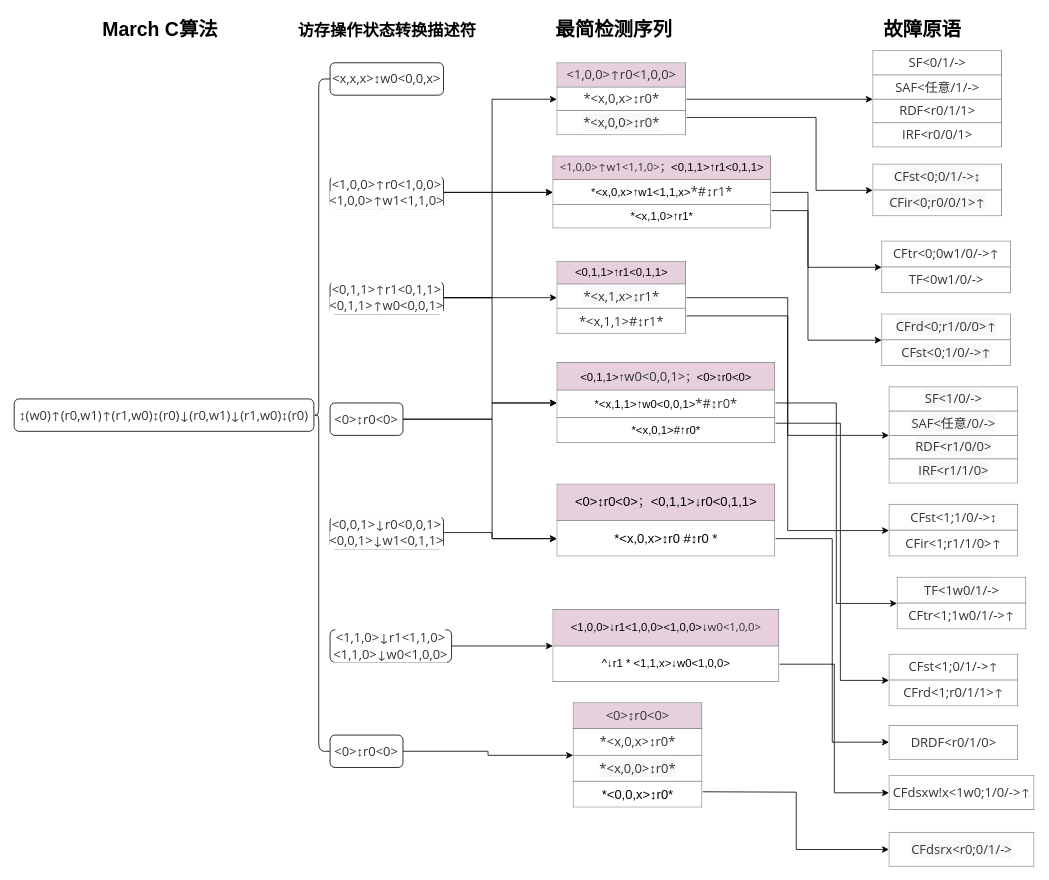
This is doc/march c检测故障.drawio from shanshan-lu/homwork, a draw.io file, before an edit. Source tidied: cells renumbered, new cells numbered last; positions are measured from the earlier drawing's top-left corner, leaving out a move shared by most shapes. Both pictures are drawn from the tidied source at 81%, with x=0, y=0 at pixel (14, 14).
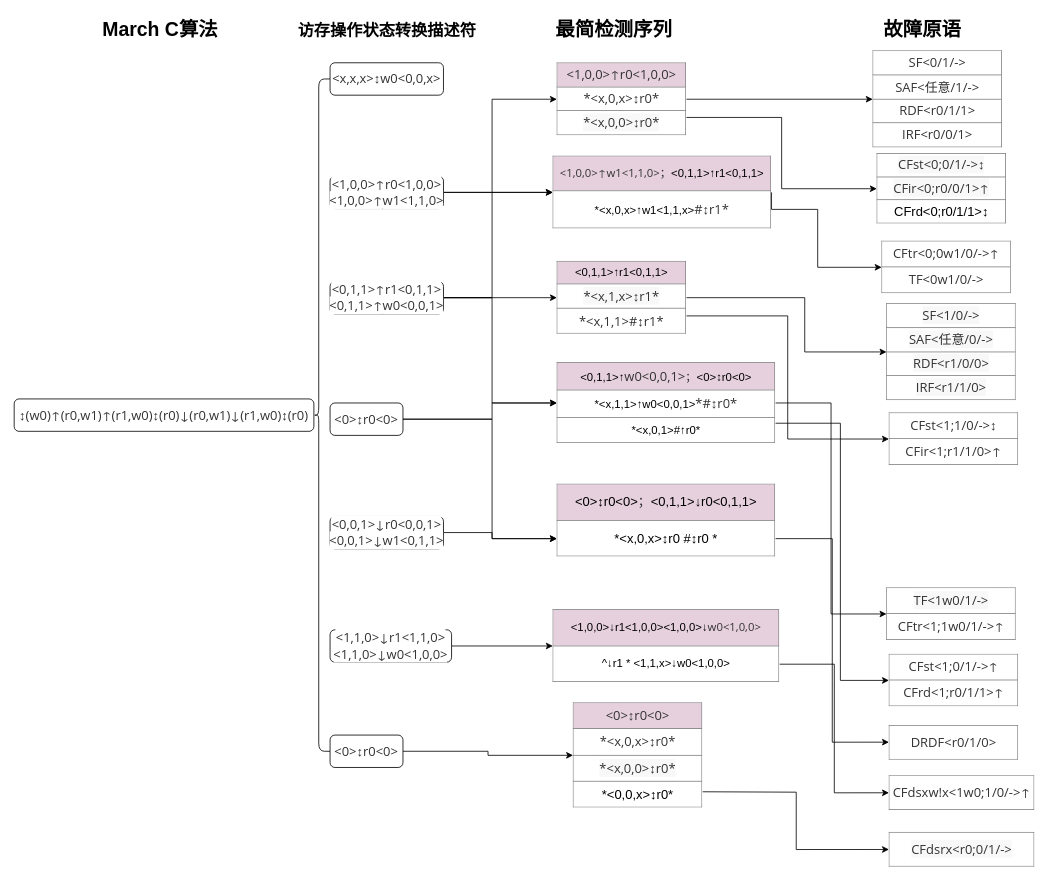
The same diagram, later.

Commit message:
更新march c检测故障.drawio

Unchanged cells that the change refers to:
```xml
<mxCell id="4" value="&lt;table border=&quot;1&quot; width=&quot;100%&quot; height=&quot;100%&quot; cellpadding=&quot;4&quot; style=&quot;width:100%;height:100%;border-collapse:collapse;&quot;&gt;&lt;tbody&gt;&lt;tr&gt;&lt;th style=&quot;background-color: rgb(230, 208, 222);&quot; align=&quot;center&quot;&gt;&lt;span style=&quot;color: rgb(51, 51, 51); font-family: &amp;quot;Open Sans&amp;quot;, &amp;quot;Clear Sans&amp;quot;, &amp;quot;Helvetica Neue&amp;quot;, Helvetica, Arial, sans-serif; font-size: 16px; font-weight: 400; orphans: 4; text-align: left;&quot;&gt;&amp;lt;1,0,0&amp;gt;↑r0&amp;lt;1,0,0&amp;gt;&lt;/span&gt;&lt;br&gt;&lt;/th&gt;&lt;/tr&gt;&lt;tr&gt;&lt;td align=&quot;center&quot;&gt;&lt;span style=&quot;box-sizing: border-box; color: rgb(51, 51, 51); font-family: &amp;quot;Open Sans&amp;quot;, &amp;quot;Clear Sans&amp;quot;, &amp;quot;Helvetica Neue&amp;quot;, Helvetica, Arial, sans-serif; font-size: 16px; text-align: left; background-color: rgb(255, 255, 255);&quot; class=&quot;md-expand&quot;&gt;*&lt;/span&gt;&lt;span style=&quot;box-sizing: border-box; color: rgb(51, 51, 51); font-family: &amp;quot;Open Sans&amp;quot;, &amp;quot;Clear Sans&amp;quot;, &amp;quot;Helvetica Neue&amp;quot;, Helvetica, Arial, sans-serif; font-size: 16px; text-align: left; background-color: rgb(255, 255, 255);&quot; class=&quot;md-plain md-expand&quot;&gt;&amp;lt;x,0,x&amp;gt;↕r0*&lt;/span&gt;&lt;br&gt;&lt;/td&gt;&lt;/tr&gt;&lt;tr&gt;&lt;td align=&quot;center&quot;&gt;&lt;span style=&quot;box-sizing: border-box; color: rgb(51, 51, 51); font-family: &amp;quot;Open Sans&amp;quot;, &amp;quot;Clear Sans&amp;quot;, &amp;quot;Helvetica Neue&amp;quot;, Helvetica, Arial, sans-serif; font-size: 16px; text-align: left; background-color: rgb(248, 248, 248);&quot; class=&quot;md-plain md-expand&quot;&gt;*&amp;lt;x,0,0&amp;gt;↕r0&lt;/span&gt;&lt;span style=&quot;box-sizing: border-box; color: rgb(51, 51, 51); font-family: &amp;quot;Open Sans&amp;quot;, &amp;quot;Clear Sans&amp;quot;, &amp;quot;Helvetica Neue&amp;quot;, Helvetica, Arial, sans-serif; font-size: 16px; text-align: left; background-color: rgb(248, 248, 248);&quot; class=&quot;md-expand&quot;&gt;*&lt;/span&gt;&lt;br&gt;&lt;/td&gt;&lt;/tr&gt;&lt;/tbody&gt;&lt;/table&gt;" style="text;html=1;strokeColor=none;fillColor=none;overflow=fill;rounded=1;glass=0;" parent="1" vertex="1">
  <mxGeometry x="670" y="60" width="160" height="90" as="geometry" />
</mxCell>
<mxCell id="10" value="&lt;table border=&quot;1&quot; width=&quot;100%&quot; height=&quot;100%&quot; cellpadding=&quot;4&quot; style=&quot;width:100%;height:100%;border-collapse:collapse;&quot;&gt;&lt;tbody&gt;&lt;tr&gt;&lt;th style=&quot;background-color: rgb(230, 208, 222);&quot; align=&quot;center&quot;&gt;&lt;span style=&quot;font-weight: normal;&quot;&gt;&lt;font style=&quot;font-size: 14px;&quot;&gt;&amp;lt;0,1,1&amp;gt;↑r1&amp;lt;0,1,1&amp;gt;&lt;/font&gt;&lt;/span&gt;&lt;br&gt;&lt;/th&gt;&lt;/tr&gt;&lt;tr&gt;&lt;td align=&quot;center&quot;&gt;&lt;span style=&quot;box-sizing: border-box; color: rgb(51, 51, 51); font-family: &amp;quot;Open Sans&amp;quot;, &amp;quot;Clear Sans&amp;quot;, &amp;quot;Helvetica Neue&amp;quot;, Helvetica, Arial, sans-serif; font-size: 16px; text-align: left; background-color: rgb(248, 248, 248);&quot; class=&quot;md-plain md-expand&quot;&gt;*&amp;lt;x,1,x&amp;gt;↕r1&lt;/span&gt;&lt;span style=&quot;box-sizing: border-box; color: rgb(51, 51, 51); font-family: &amp;quot;Open Sans&amp;quot;, &amp;quot;Clear Sans&amp;quot;, &amp;quot;Helvetica Neue&amp;quot;, Helvetica, Arial, sans-serif; font-size: 16px; text-align: left; background-color: rgb(248, 248, 248);&quot; class=&quot;md-expand&quot;&gt;*&lt;/span&gt;&lt;br&gt;&lt;/td&gt;&lt;/tr&gt;&lt;tr&gt;&lt;td align=&quot;center&quot;&gt;&lt;span style=&quot;box-sizing: border-box; color: rgb(51, 51, 51); font-family: &amp;quot;Open Sans&amp;quot;, &amp;quot;Clear Sans&amp;quot;, &amp;quot;Helvetica Neue&amp;quot;, Helvetica, Arial, sans-serif; font-size: 16px; text-align: left; background-color: rgb(255, 255, 255);&quot; class=&quot;md-plain md-expand&quot;&gt;*&amp;lt;x,1,1&amp;gt;#↕r1&lt;/span&gt;&lt;span style=&quot;box-sizing: border-box; color: rgb(51, 51, 51); font-family: &amp;quot;Open Sans&amp;quot;, &amp;quot;Clear Sans&amp;quot;, &amp;quot;Helvetica Neue&amp;quot;, Helvetica, Arial, sans-serif; font-size: 16px; text-align: left; background-color: rgb(255, 255, 255);&quot; class=&quot;md-expand&quot;&gt;*&lt;/span&gt;&lt;br&gt;&lt;/td&gt;&lt;/tr&gt;&lt;/tbody&gt;&lt;/table&gt;" style="text;html=1;strokeColor=none;fillColor=none;overflow=fill;rounded=1;glass=0;" parent="1" vertex="1">
  <mxGeometry x="670" y="305" width="160" height="90" as="geometry" />
</mxCell>
<mxCell id="44" value="&lt;table border=&quot;1&quot; width=&quot;100%&quot; height=&quot;100%&quot; cellpadding=&quot;4&quot; style=&quot;width: 100%; height: 100%; border-collapse: collapse; background-color: rgb(255, 255, 255);&quot;&gt;&lt;tbody&gt;&lt;tr&gt;&lt;th style=&quot;text-align: center;&quot;&gt;&lt;font face=&quot;Open Sans, Clear Sans, Helvetica Neue, Helvetica, Arial, sans-serif&quot; color=&quot;#333333&quot;&gt;&lt;span style=&quot;font-size: 16px; font-weight: 400;&quot;&gt;CFtr&amp;lt;0;0w1/0/-&amp;gt;↑&lt;/span&gt;&lt;/font&gt;&lt;br&gt;&lt;/th&gt;&lt;/tr&gt;&lt;tr&gt;&lt;td style=&quot;&quot; align=&quot;center&quot;&gt;&lt;span style=&quot;color: rgb(51, 51, 51); font-family: &amp;quot;Open Sans&amp;quot;, &amp;quot;Clear Sans&amp;quot;, &amp;quot;Helvetica Neue&amp;quot;, Helvetica, Arial, sans-serif; font-size: 16px; text-align: left;&quot;&gt;TF&amp;lt;0w1/0/-&amp;gt;&lt;/span&gt;&lt;br&gt;&lt;/td&gt;&lt;/tr&gt;&lt;/tbody&gt;&lt;/table&gt;" style="text;html=1;overflow=fill;rounded=1;glass=0;labelBackgroundColor=#E6D0DE;fontSize=14;" parent="1" vertex="1">
  <mxGeometry x="1071" y="280" width="160" height="65" as="geometry" />
</mxCell>
```

What changed in the source:
```diff
@@
-    <mxCell id="3" style="edgeStyle=orthogonalEdgeStyle;rounded=0;jettySize=auto;html=1;exitX=1;exitY=0.75;exitDx=0;exitDy=0;entryX=0;entryY=0.5;entryDx=0;entryDy=0;fontSize=20;fontColor=#000000;" parent="1" edge="1" source="4" target="43">
-      <mxGeometry relative="1" as="geometry">
-        <Array as="points">
-          <mxPoint x="990" y="128" />
-          <mxPoint x="990" y="218" />
-        </Array>
-      </mxGeometry>
+    <mxCell id="3" style="edgeStyle=orthogonalEdgeStyle;rounded=0;jettySize=auto;html=1;exitX=1;exitY=0.75;exitDx=0;exitDy=0;entryX=0;entryY=0.5;entryDx=0;entryDy=0;fontSize=16;" parent="1" edge="1" source="4" target="43">
+      <mxGeometry relative="1" as="geometry" />
     </mxCell>
@@
     <mxCell id="5" style="edgeStyle=orthogonalEdgeStyle;rounded=0;jettySize=auto;html=1;exitX=1;exitY=0.5;exitDx=0;exitDy=0;entryX=0;entryY=0.5;entryDx=0;entryDy=0;fontSize=20;fontColor=#000000;" parent="1" edge="1" source="7" target="44">
       <mxGeometry relative="1" as="geometry">
         <Array as="points">
-          <mxPoint x="980" y="220" />
-          <mxPoint x="980" y="313" />
+          <mxPoint x="935" y="241" />
+          <mxPoint x="992" y="241" />
+          <mxPoint x="992" y="313" />
         </Array>
       </mxGeometry>
     </mxCell>
-    <mxCell id="6" style="edgeStyle=orthogonalEdgeStyle;rounded=0;jettySize=auto;html=1;exitX=1;exitY=0.75;exitDx=0;exitDy=0;entryX=0;entryY=0.5;entryDx=0;entryDy=0;fontSize=20;fontColor=#000000;" parent="1" edge="1" source="7" target="45">
-      <mxGeometry relative="1" as="geometry">
-        <Array as="points">
-          <mxPoint x="980" y="243" />
-          <mxPoint x="980" y="403" />
-        </Array>
-      </mxGeometry>
-    </mxCell>
-    <mxCell id="7" value="&lt;table border=&quot;1&quot; width=&quot;100%&quot; height=&quot;100%&quot; cellpadding=&quot;4&quot; style=&quot;width: 100%; height: 100%; border-collapse: collapse; font-size: 14px;&quot;&gt;&lt;tbody&gt;&lt;tr&gt;&lt;th style=&quot;background-color: rgb(230, 208, 222);&quot; align=&quot;center&quot;&gt;&lt;font style=&quot;font-size: 14px;&quot;&gt;&lt;span style=&quot;font-weight: 400; color: rgb(51, 51, 51); font-family: &amp;quot;Open Sans&amp;quot;, &amp;quot;Clear Sans&amp;quot;, &amp;quot;Helvetica Neue&amp;quot;, Helvetica, Arial, sans-serif; orphans: 4; text-align: left;&quot;&gt;&amp;lt;1,0,0&amp;gt;↑&lt;/span&gt;&lt;span style=&quot;font-weight: 400; color: rgb(51, 51, 51); font-family: &amp;quot;Open Sans&amp;quot;, &amp;quot;Clear Sans&amp;quot;, &amp;quot;Helvetica Neue&amp;quot;, Helvetica, Arial, sans-serif; orphans: 4; text-align: left;&quot;&gt;w1&amp;lt;1,1,0&amp;gt;；&lt;/span&gt;&lt;span style=&quot;font-weight: normal;&quot;&gt;&amp;lt;0,1,1&amp;gt;↑r1&amp;lt;0,1,1&amp;gt;&lt;/span&gt;&lt;/font&gt;&lt;br&gt;&lt;/th&gt;&lt;/tr&gt;&lt;tr&gt;&lt;td align=&quot;center&quot;&gt;*&amp;lt;x,0,x&amp;gt;↑w1&amp;lt;1,1,x&amp;gt;&lt;span style=&quot;box-sizing: border-box; color: rgb(51, 51, 51); font-family: &amp;quot;Open Sans&amp;quot;, &amp;quot;Clear Sans&amp;quot;, &amp;quot;Helvetica Neue&amp;quot;, Helvetica, Arial, sans-serif; font-size: 16px; text-align: left; background-color: rgb(255, 255, 255);&quot;&gt;*&lt;/span&gt;&lt;span style=&quot;box-sizing: border-box; color: rgb(51, 51, 51); font-family: &amp;quot;Open Sans&amp;quot;, &amp;quot;Clear Sans&amp;quot;, &amp;quot;Helvetica Neue&amp;quot;, Helvetica, Arial, sans-serif; font-size: 16px; text-align: left; background-color: rgb(255, 255, 255);&quot; class=&quot;md-plain&quot;&gt;#↕r1&lt;/span&gt;&lt;span style=&quot;box-sizing: border-box; color: rgb(51, 51, 51); font-family: &amp;quot;Open Sans&amp;quot;, &amp;quot;Clear Sans&amp;quot;, &amp;quot;Helvetica Neue&amp;quot;, Helvetica, Arial, sans-serif; font-size: 16px; text-align: left; background-color: rgb(255, 255, 255);&quot; class=&quot;&quot;&gt;*&lt;/span&gt;&lt;b&gt;&lt;br&gt;&lt;/b&gt;&lt;/td&gt;&lt;/tr&gt;&lt;tr&gt;&lt;td style=&quot;text-align: center;&quot;&gt;*&amp;lt;x,1,0&amp;gt;↑r1*&lt;br&gt;&lt;/td&gt;&lt;/tr&gt;&lt;/tbody&gt;&lt;/table&gt;" style="text;html=1;strokeColor=none;fillColor=none;overflow=fill;rounded=1;glass=0;arcSize=27;" parent="1" vertex="1">
+    <mxCell id="7" value="&lt;table border=&quot;1&quot; width=&quot;100%&quot; height=&quot;100%&quot; cellpadding=&quot;4&quot; style=&quot;width: 100%; height: 100%; border-collapse: collapse; font-size: 14px;&quot;&gt;&lt;tbody&gt;&lt;tr&gt;&lt;th style=&quot;background-color: rgb(230, 208, 222);&quot; align=&quot;center&quot;&gt;&lt;font style=&quot;font-size: 14px;&quot;&gt;&lt;span style=&quot;font-weight: 400; color: rgb(51, 51, 51); font-family: &amp;quot;Open Sans&amp;quot;, &amp;quot;Clear Sans&amp;quot;, &amp;quot;Helvetica Neue&amp;quot;, Helvetica, Arial, sans-serif; orphans: 4; text-align: left;&quot;&gt;&amp;lt;1,0,0&amp;gt;↑&lt;/span&gt;&lt;span style=&quot;font-weight: 400; color: rgb(51, 51, 51); font-family: &amp;quot;Open Sans&amp;quot;, &amp;quot;Clear Sans&amp;quot;, &amp;quot;Helvetica Neue&amp;quot;, Helvetica, Arial, sans-serif; orphans: 4; text-align: left;&quot;&gt;w1&amp;lt;1,1,0&amp;gt;；&lt;/span&gt;&lt;span style=&quot;font-weight: normal;&quot;&gt;&amp;lt;0,1,1&amp;gt;↑r1&amp;lt;0,1,1&amp;gt;&lt;/span&gt;&lt;/font&gt;&lt;br&gt;&lt;/th&gt;&lt;/tr&gt;&lt;tr&gt;&lt;td align=&quot;center&quot;&gt;*&amp;lt;x,0,x&amp;gt;↑w1&amp;lt;1,1,x&amp;gt;&lt;span style=&quot;box-sizing: border-box; color: rgb(51, 51, 51); font-family: &amp;quot;Open Sans&amp;quot;, &amp;quot;Clear Sans&amp;quot;, &amp;quot;Helvetica Neue&amp;quot;, Helvetica, Arial, sans-serif; font-size: 16px; text-align: left; background-color: rgb(255, 255, 255);&quot; class=&quot;md-plain&quot;&gt;#↕r1&lt;/span&gt;&lt;span style=&quot;box-sizing: border-box; color: rgb(51, 51, 51); font-family: &amp;quot;Open Sans&amp;quot;, &amp;quot;Clear Sans&amp;quot;, &amp;quot;Helvetica Neue&amp;quot;, Helvetica, Arial, sans-serif; font-size: 16px; text-align: left; background-color: rgb(255, 255, 255);&quot; class=&quot;&quot;&gt;*&lt;/span&gt;&lt;b&gt;&lt;br&gt;&lt;/b&gt;&lt;/td&gt;&lt;/tr&gt;&lt;/tbody&gt;&lt;/table&gt;" style="text;html=1;strokeColor=none;fillColor=none;overflow=fill;rounded=1;glass=0;arcSize=27;" parent="1" vertex="1">
       <mxGeometry x="665" y="175" width="270" height="90" as="geometry" />
     </mxCell>
+    <mxCell id="9" style="edgeStyle=orthogonalEdgeStyle;rounded=0;jettySize=auto;html=1;exitX=1;exitY=0.75;exitDx=0;exitDy=0;entryX=0;entryY=0.5;entryDx=0;entryDy=0;fontSize=20;fontColor=#000000;" parent="1" edge="1" source="10" target="47">
+      <mxGeometry relative="1" as="geometry" />
+    </mxCell>
-    <mxCell id="8" style="edgeStyle=orthogonalEdgeStyle;rounded=0;jettySize=auto;html=1;exitX=1;exitY=0.5;exitDx=0;exitDy=0;entryX=0;entryY=0.5;entryDx=0;entryDy=0;fontSize=20;fontColor=#000000;" parent="1" edge="1" source="10" target="46">
-      <mxGeometry relative="1" as="geometry" />
+    <mxCell id="8" style="edgeStyle=orthogonalEdgeStyle;rounded=0;jettySize=auto;html=1;exitX=1;exitY=0.5;exitDx=0;exitDy=0;entryX=0;entryY=0.5;entryDx=0;entryDy=0;fontSize=16;" parent="1" edge="1" source="10" target="46">
+      <mxGeometry relative="1" as="geometry">
+        <Array as="points">
+          <mxPoint x="976" y="350" />
+          <mxPoint x="976" y="417" />
+        </Array>
+      </mxGeometry>
     </mxCell>
-    <mxCell id="9" style="edgeStyle=orthogonalEdgeStyle;rounded=0;jettySize=auto;html=1;exitX=1;exitY=0.75;exitDx=0;exitDy=0;entryX=0;entryY=0.5;entryDx=0;entryDy=0;fontSize=20;fontColor=#000000;" parent="1" edge="1" source="10" target="47">
-      <mxGeometry relative="1" as="geometry" />
-    </mxCell>
@@
-    <mxCell id="43" value="&lt;table border=&quot;1&quot; width=&quot;100%&quot; height=&quot;100%&quot; cellpadding=&quot;4&quot; style=&quot;width: 100%; height: 100%; border-collapse: collapse; background-color: rgb(255, 255, 255);&quot;&gt;&lt;tbody&gt;&lt;tr&gt;&lt;th style=&quot;&quot; align=&quot;center&quot;&gt;&lt;span style=&quot;color: rgb(51, 51, 51); font-family: &amp;quot;Open Sans&amp;quot;, &amp;quot;Clear Sans&amp;quot;, &amp;quot;Helvetica Neue&amp;quot;, Helvetica, Arial, sans-serif; font-size: 16px; font-weight: 400; text-align: left; background-color: rgb(248, 248, 248);&quot;&gt;CFst&amp;lt;0;0/1/-&amp;gt;↕&lt;/span&gt;&lt;br&gt;&lt;/th&gt;&lt;/tr&gt;&lt;tr&gt;&lt;td style=&quot;&quot; align=&quot;center&quot;&gt;&lt;span style=&quot;color: rgb(51, 51, 51); font-family: &amp;quot;Open Sans&amp;quot;, &amp;quot;Clear Sans&amp;quot;, &amp;quot;Helvetica Neue&amp;quot;, Helvetica, Arial, sans-serif; font-size: 16px; text-align: left; background-color: rgb(248, 248, 248);&quot;&gt;CFir&amp;lt;0;r0/0/1&amp;gt;↑&lt;/span&gt;&lt;br&gt;&lt;/td&gt;&lt;/tr&gt;&lt;/tbody&gt;&lt;/table&gt;" style="text;html=1;overflow=fill;rounded=1;glass=0;labelBackgroundColor=#E6D0DE;fontSize=14;" parent="1" vertex="1">
-      <mxGeometry x="1060" y="185" width="160" height="65" as="geometry" />
+    <mxCell id="43" value="&lt;table border=&quot;1&quot; width=&quot;100%&quot; height=&quot;100%&quot; cellpadding=&quot;4&quot; style=&quot;width: 100%; height: 100%; border-collapse: collapse; background-color: rgb(255, 255, 255);&quot;&gt;&lt;tbody&gt;&lt;tr&gt;&lt;th style=&quot;&quot; align=&quot;center&quot;&gt;&lt;span style=&quot;color: rgb(51, 51, 51); font-family: &amp;quot;Open Sans&amp;quot;, &amp;quot;Clear Sans&amp;quot;, &amp;quot;Helvetica Neue&amp;quot;, Helvetica, Arial, sans-serif; font-size: 16px; font-weight: 400; text-align: left; background-color: rgb(248, 248, 248);&quot;&gt;CFst&amp;lt;0;0/1/-&amp;gt;↕&lt;/span&gt;&lt;br&gt;&lt;/th&gt;&lt;/tr&gt;&lt;tr&gt;&lt;td style=&quot;&quot; align=&quot;center&quot;&gt;&lt;span style=&quot;color: rgb(51, 51, 51); font-family: &amp;quot;Open Sans&amp;quot;, &amp;quot;Clear Sans&amp;quot;, &amp;quot;Helvetica Neue&amp;quot;, Helvetica, Arial, sans-serif; font-size: 16px; text-align: left; background-color: rgb(248, 248, 248);&quot;&gt;CFir&amp;lt;0;r0/0/1&amp;gt;↑&lt;/span&gt;&lt;br&gt;&lt;/td&gt;&lt;/tr&gt;&lt;tr&gt;&lt;td style=&quot;text-align: center;&quot;&gt;&lt;font style=&quot;font-size: 16px;&quot;&gt;CFrd&amp;lt;0;r0/1/1&amp;gt;↕&lt;/font&gt;&lt;/td&gt;&lt;/tr&gt;&lt;/tbody&gt;&lt;/table&gt;" style="text;html=1;overflow=fill;rounded=1;glass=0;labelBackgroundColor=#E6D0DE;fontSize=14;" parent="1" vertex="1">
+      <mxGeometry x="1065" y="172" width="160" height="87" as="geometry" />
     </mxCell>
@@
-    <mxCell id="45" value="&lt;table border=&quot;1&quot; width=&quot;100%&quot; height=&quot;100%&quot; cellpadding=&quot;4&quot; style=&quot;width: 100%; height: 100%; border-collapse: collapse; background-color: rgb(255, 255, 255);&quot;&gt;&lt;tbody&gt;&lt;tr&gt;&lt;th style=&quot;text-align: center;&quot;&gt;&lt;span style=&quot;color: rgb(51, 51, 51); font-family: &amp;quot;Open Sans&amp;quot;, &amp;quot;Clear Sans&amp;quot;, &amp;quot;Helvetica Neue&amp;quot;, Helvetica, Arial, sans-serif; font-size: 16px; font-weight: 400; text-align: left; background-color: rgb(248, 248, 248);&quot;&gt;CFrd&amp;lt;0;r1/0/0&amp;gt;↑&lt;/span&gt;&lt;br&gt;&lt;/th&gt;&lt;/tr&gt;&lt;tr&gt;&lt;td style=&quot;&quot; align=&quot;center&quot;&gt;&lt;span style=&quot;color: rgb(51, 51, 51); font-family: &amp;quot;Open Sans&amp;quot;, &amp;quot;Clear Sans&amp;quot;, &amp;quot;Helvetica Neue&amp;quot;, Helvetica, Arial, sans-serif; font-size: 16px; text-align: left; background-color: rgb(248, 248, 248);&quot;&gt;CFst&amp;lt;0;1/0/-&amp;gt;↑&lt;/span&gt;&lt;br&gt;&lt;/td&gt;&lt;/tr&gt;&lt;/tbody&gt;&lt;/table&gt;" style="text;html=1;overflow=fill;rounded=1;glass=0;labelBackgroundColor=#E6D0DE;fontSize=14;" parent="1" vertex="1">
-      <mxGeometry x="1071" y="370" width="160" height="65" as="geometry" />
-    </mxCell>
     <mxCell id="46" value="&lt;table border=&quot;1&quot; width=&quot;100%&quot; height=&quot;100%&quot; cellpadding=&quot;4&quot; style=&quot;width: 100%; height: 100%; border-collapse: collapse; background-color: rgb(255, 255, 255);&quot;&gt;&lt;tbody&gt;&lt;tr&gt;&lt;th style=&quot;&quot; align=&quot;center&quot;&gt;&lt;span style=&quot;color: rgb(51, 51, 51); font-family: &amp;quot;Open Sans&amp;quot;, &amp;quot;Clear Sans&amp;quot;, &amp;quot;Helvetica Neue&amp;quot;, Helvetica, Arial, sans-serif; font-size: 16px; font-weight: 400; text-align: left; background-color: rgb(248, 248, 248);&quot;&gt;SF&amp;lt;1/0/-&amp;gt;&lt;/span&gt;&lt;br&gt;&lt;/th&gt;&lt;/tr&gt;&lt;tr&gt;&lt;td style=&quot;&quot; align=&quot;center&quot;&gt;&lt;span style=&quot;color: rgb(51, 51, 51); font-family: &amp;quot;Open Sans&amp;quot;, &amp;quot;Clear Sans&amp;quot;, &amp;quot;Helvetica Neue&amp;quot;, Helvetica, Arial, sans-serif; font-size: 16px; text-align: left; background-color: rgb(248, 248, 248);&quot;&gt;SAF&amp;lt;任意/0/-&amp;gt;&lt;/span&gt;&lt;br&gt;&lt;/td&gt;&lt;/tr&gt;&lt;tr&gt;&lt;td style=&quot;&quot; align=&quot;center&quot;&gt;&lt;span style=&quot;color: rgb(51, 51, 51); font-family: &amp;quot;Open Sans&amp;quot;, &amp;quot;Clear Sans&amp;quot;, &amp;quot;Helvetica Neue&amp;quot;, Helvetica, Arial, sans-serif; font-size: 16px; text-align: left; background-color: rgb(248, 248, 248);&quot;&gt;RDF&amp;lt;r1/0/0&amp;gt;&lt;/span&gt;&lt;br&gt;&lt;/td&gt;&lt;/tr&gt;&lt;tr&gt;&lt;td style=&quot;text-align: center;&quot;&gt;&lt;span style=&quot;color: rgb(51, 51, 51); font-family: &amp;quot;Open Sans&amp;quot;, &amp;quot;Clear Sans&amp;quot;, &amp;quot;Helvetica Neue&amp;quot;, Helvetica, Arial, sans-serif; font-size: 16px; text-align: left; background-color: rgb(248, 248, 248);&quot;&gt;IRF&amp;lt;r1/1/0&amp;gt;&lt;/span&gt;&lt;br&gt;&lt;/td&gt;&lt;/tr&gt;&lt;/tbody&gt;&lt;/table&gt;" style="text;html=1;overflow=fill;rounded=1;glass=0;labelBackgroundColor=#E6D0DE;fontSize=14;" parent="1" vertex="1">
-      <mxGeometry x="1080" y="460" width="160" height="120" as="geometry" />
+      <mxGeometry x="1077" y="357" width="160" height="120" as="geometry" />
     </mxCell>
     <mxCell id="47" value="&lt;table border=&quot;1&quot; width=&quot;100%&quot; height=&quot;100%&quot; cellpadding=&quot;4&quot; style=&quot;width: 100%; height: 100%; border-collapse: collapse; background-color: rgb(255, 255, 255);&quot;&gt;&lt;tbody&gt;&lt;tr&gt;&lt;th style=&quot;text-align: center;&quot;&gt;&lt;span style=&quot;color: rgb(51, 51, 51); font-family: &amp;quot;Open Sans&amp;quot;, &amp;quot;Clear Sans&amp;quot;, &amp;quot;Helvetica Neue&amp;quot;, Helvetica, Arial, sans-serif; font-size: 16px; font-weight: 400; text-align: left;&quot;&gt;CFst&amp;lt;1;1/0/-&amp;gt;↕&lt;/span&gt;&lt;br&gt;&lt;/th&gt;&lt;/tr&gt;&lt;tr&gt;&lt;td style=&quot;&quot; align=&quot;center&quot;&gt;&lt;span style=&quot;color: rgb(51, 51, 51); font-family: &amp;quot;Open Sans&amp;quot;, &amp;quot;Clear Sans&amp;quot;, &amp;quot;Helvetica Neue&amp;quot;, Helvetica, Arial, sans-serif; font-size: 16px; text-align: left;&quot;&gt;CFir&amp;lt;1;r1/1/0&amp;gt;↑&lt;/span&gt;&lt;br&gt;&lt;/td&gt;&lt;/tr&gt;&lt;/tbody&gt;&lt;/table&gt;" style="text;html=1;overflow=fill;rounded=1;glass=0;labelBackgroundColor=#E6D0DE;fontSize=14;" parent="1" vertex="1">
-      <mxGeometry x="1080" y="605" width="160" height="65" as="geometry" />
+      <mxGeometry x="1080" y="492" width="160" height="65" as="geometry" />
     </mxCell>
     <mxCell id="48" value="&lt;table border=&quot;1&quot; width=&quot;100%&quot; height=&quot;100%&quot; cellpadding=&quot;4&quot; style=&quot;width: 100%; height: 100%; border-collapse: collapse; background-color: rgb(255, 255, 255);&quot;&gt;&lt;tbody&gt;&lt;tr&gt;&lt;th style=&quot;text-align: center;&quot;&gt;&lt;span style=&quot;color: rgb(51, 51, 51); font-family: &amp;quot;Open Sans&amp;quot;, &amp;quot;Clear Sans&amp;quot;, &amp;quot;Helvetica Neue&amp;quot;, Helvetica, Arial, sans-serif; font-size: 16px; font-weight: 400; text-align: left; background-color: rgb(248, 248, 248);&quot;&gt;TF&amp;lt;1w0/1/-&amp;gt;&lt;/span&gt;&lt;br&gt;&lt;/th&gt;&lt;/tr&gt;&lt;tr&gt;&lt;td style=&quot;&quot; align=&quot;center&quot;&gt;&lt;span style=&quot;color: rgb(51, 51, 51); font-family: &amp;quot;Open Sans&amp;quot;, &amp;quot;Clear Sans&amp;quot;, &amp;quot;Helvetica Neue&amp;quot;, Helvetica, Arial, sans-serif; font-size: 16px; text-align: left;&quot;&gt;CFtr&amp;lt;1;1w0/1/-&amp;gt;↑&lt;/span&gt;&lt;br&gt;&lt;/td&gt;&lt;/tr&gt;&lt;/tbody&gt;&lt;/table&gt;" style="text;html=1;overflow=fill;rounded=1;glass=0;labelBackgroundColor=#E6D0DE;fontSize=14;" parent="1" vertex="1">
-      <mxGeometry x="1090" y="695" width="160" height="65" as="geometry" />
+      <mxGeometry x="1077" y="708" width="160" height="65" as="geometry" />
     </mxCell>
```
